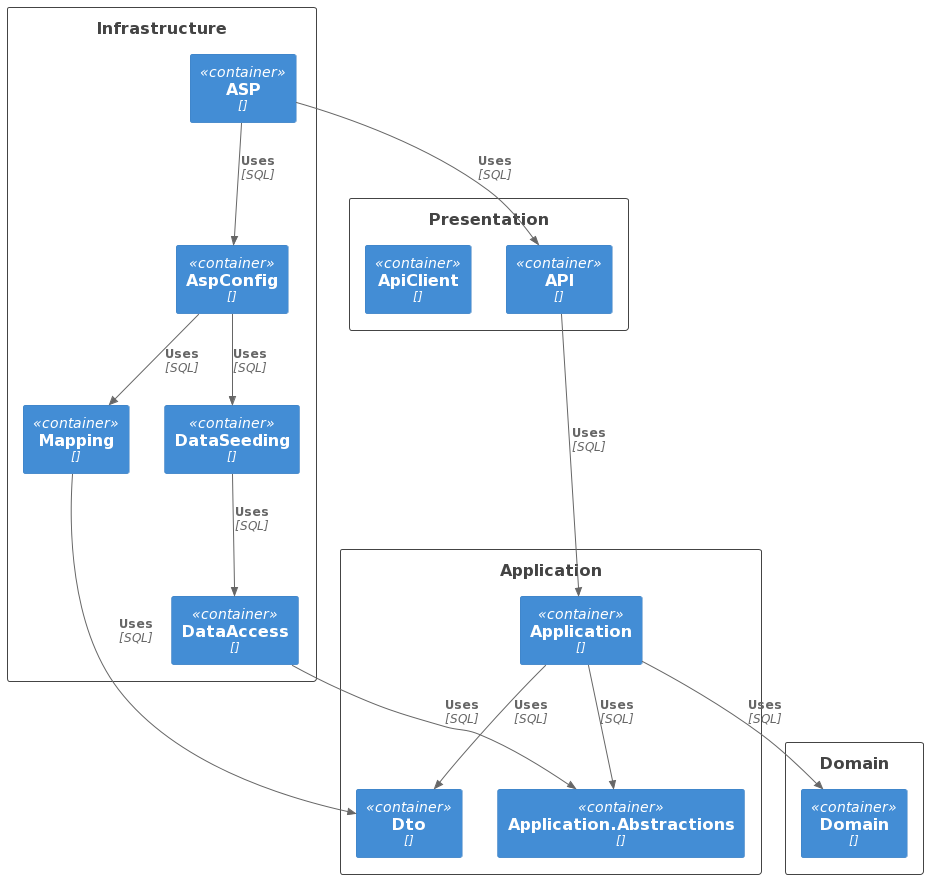
Above: Images/solution-structure.png in kysect/CodeRules (PlantUML), before the change. The source it was exported from:
```plantuml
@startuml
!include https://raw.githubusercontent.com/plantuml-stdlib/C4-PlantUML/master/C4_Container.puml

Boundary(DomainLayer, "Domain") {
    Container(Domain, "Domain", "")
}

Boundary(ApplicationLayer, "Application") {
    Container(Dto, "Dto", "")
    Container(Application, "Application", "")
    Container(Application.Abstractions, "Application.Abstractions", "")
}

Boundary(Presentation, "Presentation") {
    Container(Api, "API", "")
    Container(ApiClient, "ApiClient", "")
}

Boundary(Infrastructure, "Infrastructure") {
    Container(Mapping, "Mapping", "")
    Container(AspConfig, "AspConfig", "")
    Container(DataAccess, "DataAccess", "")
    Container(DataSeeding, "DataSeeding", "")
    Container(ASP, "ASP", "")
}

Rel(Application, Domain, "Uses", "SQL")

Rel(Application, Application.Abstractions, "Uses", "SQL")
Rel(Application, Dto, "Uses", "SQL")
Rel(Api, Application, "Uses", "SQL")

Rel(Mapping, Dto, "Uses", "SQL")
Rel(DataAccess, Application.Abstractions, "Uses", "SQL")
Rel(DataSeeding, DataAccess, "Uses", "SQL")

Rel(AspConfig, DataSeeding, "Uses", "SQL")
Rel(AspConfig, Mapping, "Uses", "SQL")

Rel(ASP, AspConfig, "Uses", "SQL")
Rel(ASP, Api, "Uses", "SQL")
@enduml
```
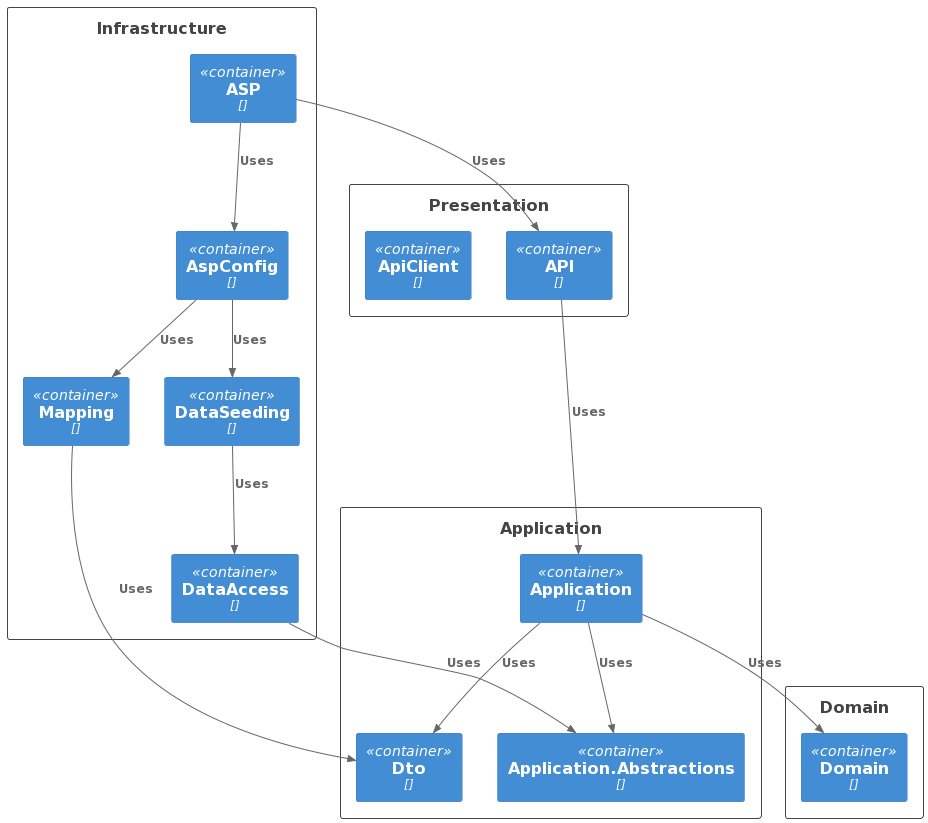
Above is the later version.

Commit message:
Remove "sql" from relations in diagram

Diff of the diagram source:
```diff
@@ -2,41 +2,41 @@
 !include https://raw.githubusercontent.com/plantuml-stdlib/C4-PlantUML/master/C4_Container.puml
 
 Boundary(DomainLayer, "Domain") {
-    Container(Domain, "Domain", "")
+    Container(Domain, "Domain")
 }
 
 Boundary(ApplicationLayer, "Application") {
-    Container(Dto, "Dto", "")
-    Container(Application, "Application", "")
-    Container(Application.Abstractions, "Application.Abstractions", "")
+    Container(Dto, "Dto")
+    Container(Application, "Application")
+    Container(Application.Abstractions, "Application.Abstractions")
 }
 
 Boundary(Presentation, "Presentation") {
-    Container(Api, "API", "")
-    Container(ApiClient, "ApiClient", "")
+    Container(Api, "API")
+    Container(ApiClient, "ApiClient")
 }
 
 Boundary(Infrastructure, "Infrastructure") {
-    Container(Mapping, "Mapping", "")
-    Container(AspConfig, "AspConfig", "")
-    Container(DataAccess, "DataAccess", "")
-    Container(DataSeeding, "DataSeeding", "")
-    Container(ASP, "ASP", "")
+    Container(Mapping, "Mapping")
+    Container(AspConfig, "AspConfig")
+    Container(DataAccess, "DataAccess")
+    Container(DataSeeding, "DataSeeding")
+    Container(ASP, "ASP")
 }
 
-Rel(Application, Domain, "Uses", "SQL")
+Rel(Application, Domain, "Uses")
 
-Rel(Application, Application.Abstractions, "Uses", "SQL")
-Rel(Application, Dto, "Uses", "SQL")
-Rel(Api, Application, "Uses", "SQL")
+Rel(Application, Application.Abstractions, "Uses")
+Rel(Application, Dto, "Uses")
+Rel(Api, Application, "Uses")
 
-Rel(Mapping, Dto, "Uses", "SQL")
-Rel(DataAccess, Application.Abstractions, "Uses", "SQL")
-Rel(DataSeeding, DataAccess, "Uses", "SQL")
+Rel(Mapping, Dto, "Uses")
+Rel(DataAccess, Application.Abstractions, "Uses")
+Rel(DataSeeding, DataAccess, "Uses")
 
-Rel(AspConfig, DataSeeding, "Uses", "SQL")
-Rel(AspConfig, Mapping, "Uses", "SQL")
+Rel(AspConfig, DataSeeding, "Uses")
+Rel(AspConfig, Mapping, "Uses")
 
-Rel(ASP, AspConfig, "Uses", "SQL")
-Rel(ASP, Api, "Uses", "SQL")
+Rel(ASP, AspConfig, "Uses")
+Rel(ASP, Api, "Uses")
 @enduml
```
